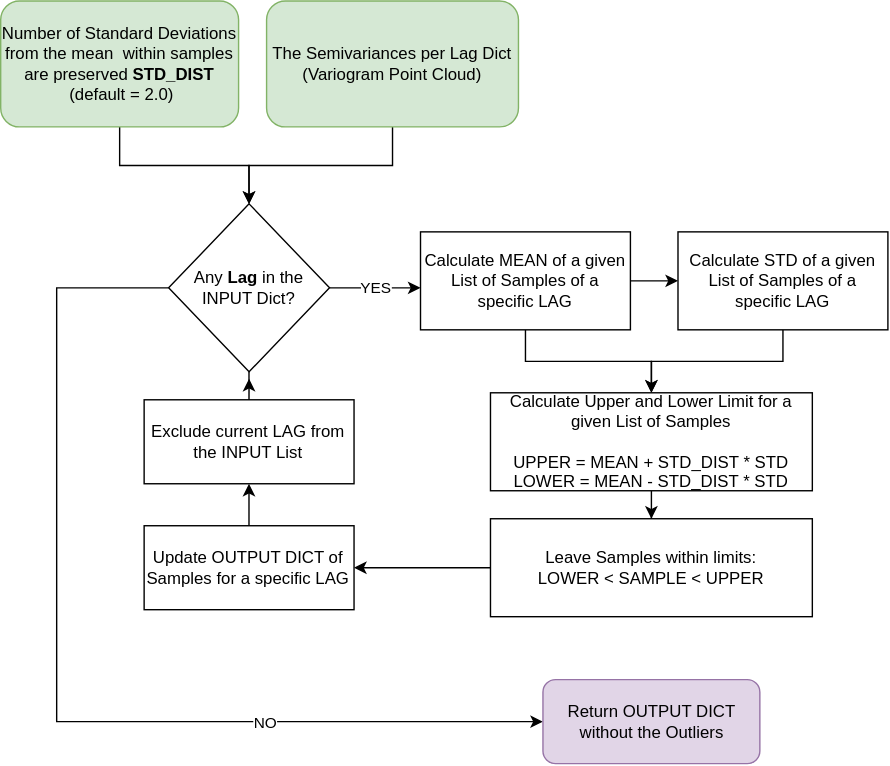
Earlier version of the draw.io export docs/source/algorithms_documentation/imgs/remove-outliers-algorithm.svg (DataverseLabs/pyinterpolate). Source tidied: cells renumbered, new cells last; positions are measured from the earlier drawing's top-left corner, leaving out a move shared by most shapes.
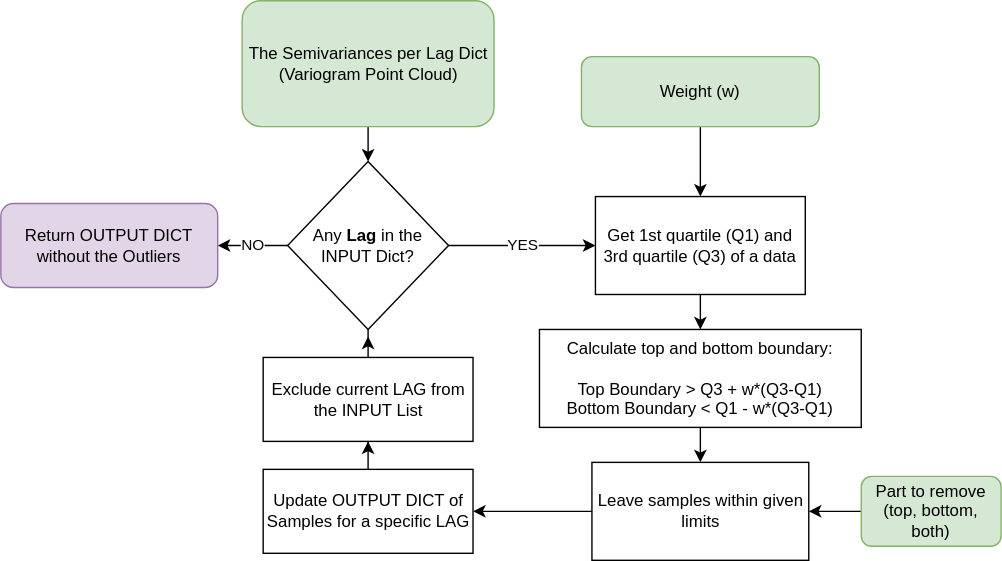
After the commit.

Diff of the diagram source:
```diff
@@ -2,74 +2,53 @@
   <root>
     <mxCell id="0" />
     <mxCell id="1" parent="0" />
-    <mxCell id="2" style="edgeStyle=orthogonalEdgeStyle;rounded=0;jettySize=auto;html=1;" parent="1" edge="1" source="3" target="7">
-      <mxGeometry relative="1" as="geometry" />
-    </mxCell>
+    <mxCell id="24" style="edgeStyle=orthogonalEdgeStyle;rounded=0;jettySize=auto;html=1;" parent="1" edge="1" source="3" target="12">
+      <mxGeometry relative="1" as="geometry" />
+    </mxCell>
-    <mxCell id="3" value="Number of Standard Deviations from the mean &amp;nbsp;within samples are preserved&amp;nbsp;&lt;b&gt;STD_DIST&lt;/b&gt;&lt;br&gt;&amp;nbsp;(default = 2.0)" style="rounded=1;whiteSpace=wrap;html=1;fontSize=12;glass=0;strokeWidth=1;shadow=0;fillColor=#d5e8d4;strokeColor=#82b366;" parent="1" vertex="1">
-      <mxGeometry width="170" height="90" as="geometry" />
+    <mxCell id="3" value="Weight (w)" style="rounded=1;whiteSpace=wrap;html=1;fontSize=12;glass=0;strokeWidth=1;shadow=0;fillColor=#d5e8d4;strokeColor=#82b366;" parent="1" vertex="1">
+      <mxGeometry x="330" y="70" width="170" height="50" as="geometry" />
     </mxCell>
-    <mxCell id="4" value="YES" style="edgeStyle=orthogonalEdgeStyle;rounded=0;jettySize=auto;html=1;" parent="1" edge="1" source="7">
-      <mxGeometry relative="1" as="geometry">
-        <mxPoint x="300" y="205" as="targetPoint" />
-      </mxGeometry>
+    <mxCell id="4" value="YES" style="edgeStyle=orthogonalEdgeStyle;rounded=0;jettySize=auto;html=1;entryX=0;entryY=0.5;entryDx=0;entryDy=0;" parent="1" edge="1" source="7" target="12">
+      <mxGeometry relative="1" as="geometry" />
     </mxCell>
-    <mxCell id="5" style="edgeStyle=orthogonalEdgeStyle;rounded=0;jettySize=auto;html=1;entryX=0;entryY=0.5;entryDx=0;entryDy=0;" parent="1" edge="1" source="7" target="13">
-      <mxGeometry relative="1" as="geometry">
-        <Array as="points">
-          <mxPoint x="40" y="205" />
-          <mxPoint x="40" y="515" />
-        </Array>
-      </mxGeometry>
-    </mxCell>
-    <mxCell id="6" value="NO" style="edgeLabel;html=1;align=center;verticalAlign=middle;" parent="5" vertex="1">
-      <mxGeometry x="0.46" y="4" relative="1" as="geometry">
-        <mxPoint y="4" as="offset" />
-      </mxGeometry>
+    <mxCell id="6" value="NO" style="edgeStyle=orthogonalEdgeStyle;rounded=0;jettySize=auto;html=1;" parent="1" edge="1" source="7" target="13">
+      <mxGeometry relative="1" as="geometry" />
     </mxCell>
     <mxCell id="7" value="Any &lt;b&gt;Lag&lt;/b&gt; in the INPUT Dict?" style="rhombus;whiteSpace=wrap;html=1;" parent="1" vertex="1">
       <mxGeometry x="120" y="145" width="115" height="120" as="geometry" />
     </mxCell>
-    <mxCell id="8" style="edgeStyle=orthogonalEdgeStyle;rounded=0;jettySize=auto;html=1;entryX=0.5;entryY=0;entryDx=0;entryDy=0;" parent="1" edge="1" source="9" target="7">
+    <mxCell id="8" style="edgeStyle=orthogonalEdgeStyle;rounded=0;jettySize=auto;html=1;" parent="1" edge="1" source="9" target="7">
       <mxGeometry relative="1" as="geometry" />
     </mxCell>
     <mxCell id="9" value="The Semivariances per Lag Dict (Variogram Point Cloud)" style="rounded=1;whiteSpace=wrap;html=1;fontSize=12;glass=0;strokeWidth=1;shadow=0;fillColor=#d5e8d4;strokeColor=#82b366;" parent="1" vertex="1">
-      <mxGeometry x="190" width="180" height="90" as="geometry" />
+      <mxGeometry x="87.5" y="30" width="180" height="90" as="geometry" />
     </mxCell>
-    <mxCell id="10" style="edgeStyle=orthogonalEdgeStyle;rounded=0;jettySize=auto;html=1;entryX=0.5;entryY=0;entryDx=0;entryDy=0;" parent="1" edge="1" source="12" target="17">
+    <mxCell id="10" style="edgeStyle=orthogonalEdgeStyle;rounded=0;jettySize=auto;html=1;" parent="1" edge="1" source="12" target="17">
       <mxGeometry relative="1" as="geometry" />
     </mxCell>
-    <mxCell id="11" style="edgeStyle=orthogonalEdgeStyle;rounded=0;jettySize=auto;html=1;" parent="1" edge="1" source="12" target="15">
-      <mxGeometry relative="1" as="geometry" />
-    </mxCell>
-    <mxCell id="12" value="Calculate MEAN of a given List of Samples of a specific LAG" style="rounded=0;whiteSpace=wrap;html=1;" parent="1" vertex="1">
-      <mxGeometry x="300" y="165" width="150" height="70" as="geometry" />
+    <mxCell id="12" value="&lt;div&gt;Get 1st quartile (Q1) and 3rd quartile (Q3) of a data&lt;/div&gt;" style="rounded=0;whiteSpace=wrap;html=1;" parent="1" vertex="1">
+      <mxGeometry x="340" y="170" width="150" height="70" as="geometry" />
     </mxCell>
     <mxCell id="13" value="Return OUTPUT DICT without the Outliers" style="rounded=1;whiteSpace=wrap;html=1;fillColor=#e1d5e7;strokeColor=#9673a6;" parent="1" vertex="1">
-      <mxGeometry x="387.5" y="485" width="155" height="60" as="geometry" />
+      <mxGeometry x="-85" y="175" width="155" height="60" as="geometry" />
     </mxCell>
-    <mxCell id="14" style="edgeStyle=orthogonalEdgeStyle;rounded=0;jettySize=auto;html=1;entryX=0.5;entryY=0;entryDx=0;entryDy=0;" parent="1" edge="1" source="15" target="17">
-      <mxGeometry relative="1" as="geometry" />
-    </mxCell>
-    <mxCell id="15" value="Calculate STD of a given List of Samples of a specific LAG" style="rounded=0;whiteSpace=wrap;html=1;" parent="1" vertex="1">
-      <mxGeometry x="484" y="165" width="150" height="70" as="geometry" />
-    </mxCell>
     <mxCell id="16" style="edgeStyle=orthogonalEdgeStyle;rounded=0;jettySize=auto;html=1;" parent="1" edge="1" source="17" target="19">
       <mxGeometry relative="1" as="geometry" />
     </mxCell>
-    <mxCell id="17" value="Calculate Upper and Lower Limit for a given List of Samples&lt;br&gt;&lt;br&gt;UPPER = MEAN + STD_DIST * STD&lt;br&gt;LOWER = MEAN - STD_DIST * STD" style="rounded=0;whiteSpace=wrap;html=1;" parent="1" vertex="1">
-      <mxGeometry x="350" y="280" width="230" height="70" as="geometry" />
+    <mxCell id="17" value="Calculate top and bottom boundary:&lt;br&gt;&lt;br&gt;Top Boundary &amp;gt; Q3 + w*(Q3-Q1)&lt;br&gt;Bottom Boundary &amp;lt; Q1 - w*(Q3-Q1)" style="rounded=0;whiteSpace=wrap;html=1;" parent="1" vertex="1">
+      <mxGeometry x="300" y="265" width="230" height="70" as="geometry" />
     </mxCell>
     <mxCell id="18" style="edgeStyle=orthogonalEdgeStyle;rounded=0;jettySize=auto;html=1;" parent="1" edge="1" source="19" target="21">
       <mxGeometry relative="1" as="geometry" />
     </mxCell>
-    <mxCell id="19" value="Leave Samples within limits:&lt;br&gt;LOWER &amp;lt; SAMPLE &amp;lt; UPPER" style="rounded=0;whiteSpace=wrap;html=1;" parent="1" vertex="1">
-      <mxGeometry x="350" y="370" width="230" height="70" as="geometry" />
+    <mxCell id="19" value="Leave samples within given limits" style="rounded=0;whiteSpace=wrap;html=1;" parent="1" vertex="1">
+      <mxGeometry x="337.5" y="360" width="155" height="70" as="geometry" />
     </mxCell>
     <mxCell id="20" style="edgeStyle=orthogonalEdgeStyle;rounded=0;jettySize=auto;html=1;" parent="1" edge="1" source="21" target="23">
       <mxGeometry relative="1" as="geometry" />
     </mxCell>
     <mxCell id="21" value="Update OUTPUT DICT of Samples for a specific LAG" style="rounded=0;whiteSpace=wrap;html=1;" parent="1" vertex="1">
-      <mxGeometry x="102.5" y="375" width="150" height="60" as="geometry" />
+      <mxGeometry x="102.5" y="365" width="150" height="60" as="geometry" />
     </mxCell>
     <mxCell id="22" style="edgeStyle=orthogonalEdgeStyle;rounded=0;jettySize=auto;html=1;" parent="1" edge="1" source="23">
       <mxGeometry relative="1" as="geometry">
@@ -79,5 +58,11 @@
     <mxCell id="23" value="Exclude current LAG from the INPUT List" style="rounded=0;whiteSpace=wrap;html=1;" parent="1" vertex="1">
       <mxGeometry x="102.5" y="285" width="150" height="60" as="geometry" />
     </mxCell>
+    <mxCell id="25" style="edgeStyle=orthogonalEdgeStyle;rounded=0;jettySize=auto;html=1;" parent="1" edge="1" source="26" target="19">
+      <mxGeometry relative="1" as="geometry" />
+    </mxCell>
+    <mxCell id="26" value="Part to remove (top, bottom, both)" style="rounded=1;whiteSpace=wrap;html=1;fontSize=12;glass=0;strokeWidth=1;shadow=0;fillColor=#d5e8d4;strokeColor=#82b366;" parent="1" vertex="1">
+      <mxGeometry x="530" y="370" width="100" height="50" as="geometry" />
+    </mxCell>
   </root>
 </mxGraphModel>
```
